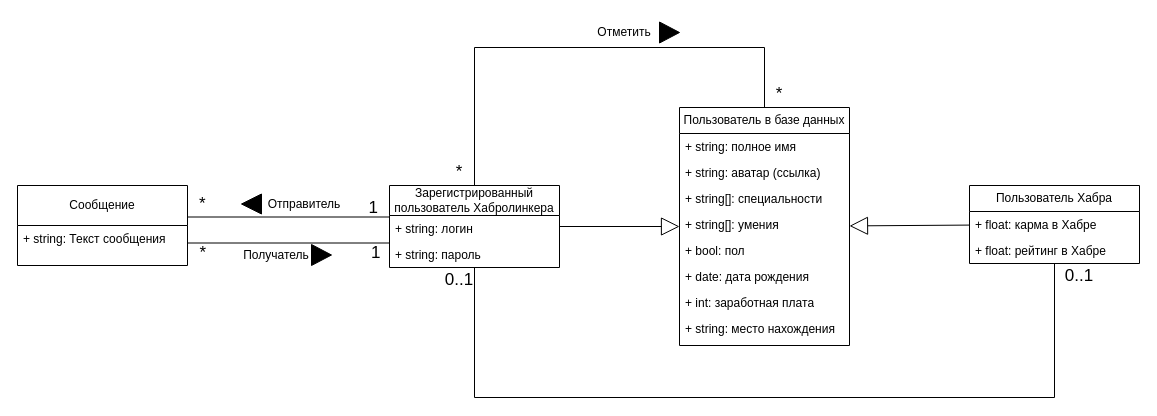
Before: docs/raw_diagrams/domain_model.drawio in AS2/habrolink, a draw.io diagram. Source tidied: cells renumbered, new cells numbered last; positions are measured from the earlier drawing's top-left corner, leaving out a move shared by most shapes. Both pictures are drawn from the tidied source at 100%, with x=0, y=0 at pixel (17, 17).
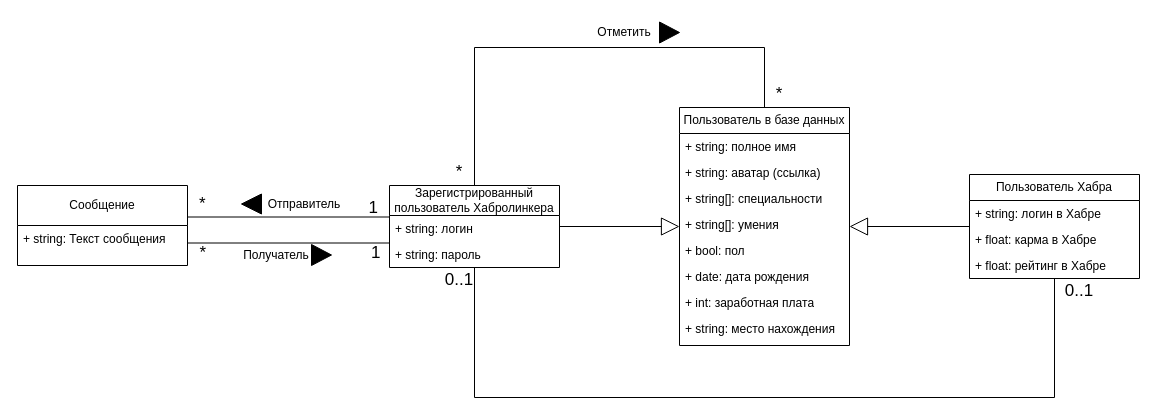
Above is the later version.

Commit message (it also covers changes not shown here):
Fixed domain model (again)

What changed in the source:
```diff
@@
     <mxCell id="16" value="Пользователь Хабра" style="swimlane;fontStyle=0;horizontal=1;startSize=26;fillColor=none;whiteSpace=wrap;html=1;" parent="1" vertex="1">
-      <mxGeometry x="952" y="168" width="170" height="78" as="geometry" />
+      <mxGeometry x="952" y="157" width="170" height="104" as="geometry" />
     </mxCell>
-    <mxCell id="17" value="+ float: карма в Хабре" style="text;strokeColor=none;fillColor=none;align=left;verticalAlign=top;spacingLeft=4;spacingRight=4;overflow=hidden;whiteSpace=wrap;html=1;" parent="16" vertex="1">
+    <mxCell id="17" value="+ string: логин в Хабре" style="text;strokeColor=none;fillColor=none;align=left;verticalAlign=top;spacingLeft=4;spacingRight=4;overflow=hidden;whiteSpace=wrap;html=1;" parent="16" vertex="1">
       <mxGeometry y="26" width="170" height="26" as="geometry" />
     </mxCell>
+    <mxCell id="39" value="+ float: карма в Хабре" style="text;strokeColor=none;fillColor=none;align=left;verticalAlign=top;spacingLeft=4;spacingRight=4;overflow=hidden;whiteSpace=wrap;html=1;" parent="16" vertex="1">
+      <mxGeometry y="52" width="170" height="26" as="geometry" />
+    </mxCell>
     <mxCell id="18" value="+ float: рейтинг в Хабре" style="text;strokeColor=none;fillColor=none;align=left;verticalAlign=top;spacingLeft=4;spacingRight=4;overflow=hidden;whiteSpace=wrap;html=1;" parent="16" vertex="1">
-      <mxGeometry y="52" width="170" height="26" as="geometry" />
+      <mxGeometry y="78" width="170" height="26" as="geometry" />
     </mxCell>
@@
     <mxCell id="21" value="0..1" style="text;html=1;strokeColor=none;fillColor=none;align=center;verticalAlign=middle;whiteSpace=wrap;rounded=0;fontSize=17;" parent="1" vertex="1">
-      <mxGeometry x="1042" y="246" width="40" height="26" as="geometry" />
+      <mxGeometry x="1042" y="261" width="40" height="26" as="geometry" />
     </mxCell>
```
